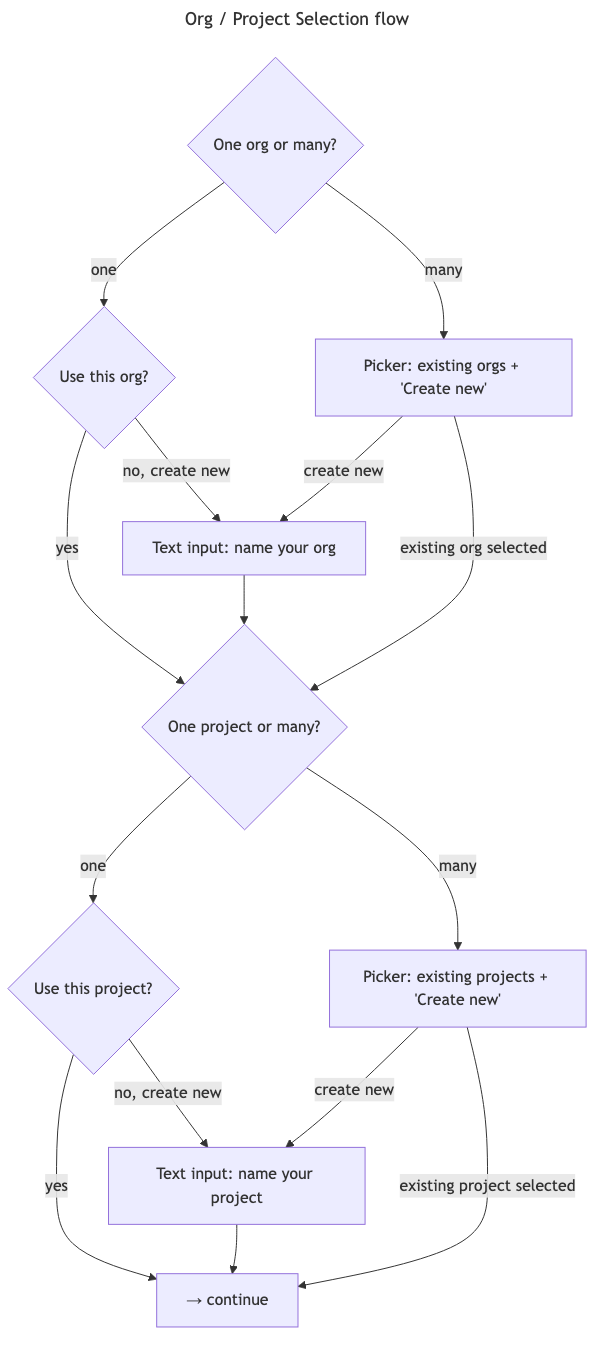
Before: docs/diagrams/org-project-selection-flow.png, a diagram exported from Mermaid (amplitude/wizard). Its source is kept beside it as docs/diagrams/org-project-selection-flow.mmd.
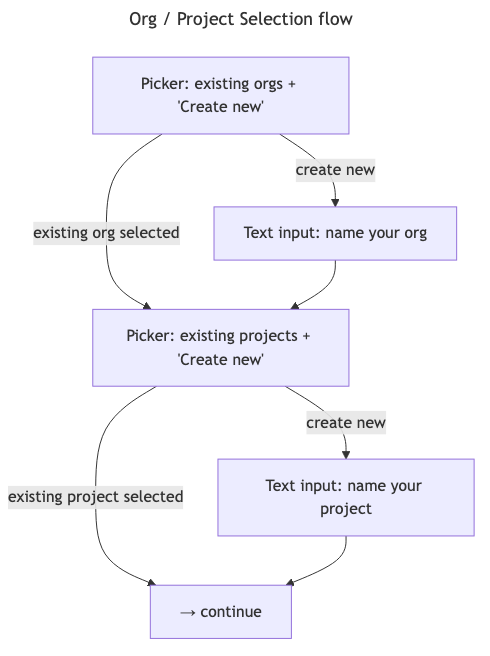
After the change.

The edit, as a diff of the source:
```diff
@@ -2,19 +2,11 @@
 title: Org / Project Selection flow
 ---
 flowchart TD
-    ORG{One org or many?}
-    ORG -->|one| ORG_CONFIRM{"Use this org?"}
-    ORG -->|many| ORG_PICKER["Picker: existing orgs + 'Create new'"]
-    ORG_CONFIRM -->|yes| PROJECT
-    ORG_CONFIRM -->|no, create new| ORG_NAME["Text input: name your org"] --> PROJECT
-    ORG_PICKER -->|existing org selected| PROJECT
-    ORG_PICKER -->|create new| ORG_NAME
+    ORG_PICKER["Picker: existing orgs + 'Create new'"]
+    ORG_PICKER -->|existing org selected| PROJ_PICKER
+    ORG_PICKER -->|create new| ORG_NAME["Text input: name your org"] --> PROJ_PICKER
 
-    PROJECT{One project or many?}
-    PROJECT -->|one| PROJ_CONFIRM{"Use this project?"}
-    PROJECT -->|many| PROJ_PICKER["Picker: existing projects + 'Create new'"]
-    PROJ_CONFIRM -->|yes| DONE
-    PROJ_CONFIRM -->|no, create new| PROJ_NAME["Text input: name your project"] --> DONE
+    PROJ_PICKER["Picker: existing projects + 'Create new'"]
     PROJ_PICKER -->|existing project selected| DONE
-    PROJ_PICKER -->|create new| PROJ_NAME
+    PROJ_PICKER -->|create new| PROJ_NAME["Text input: name your project"] --> DONE
     DONE["→ continue"]
```
